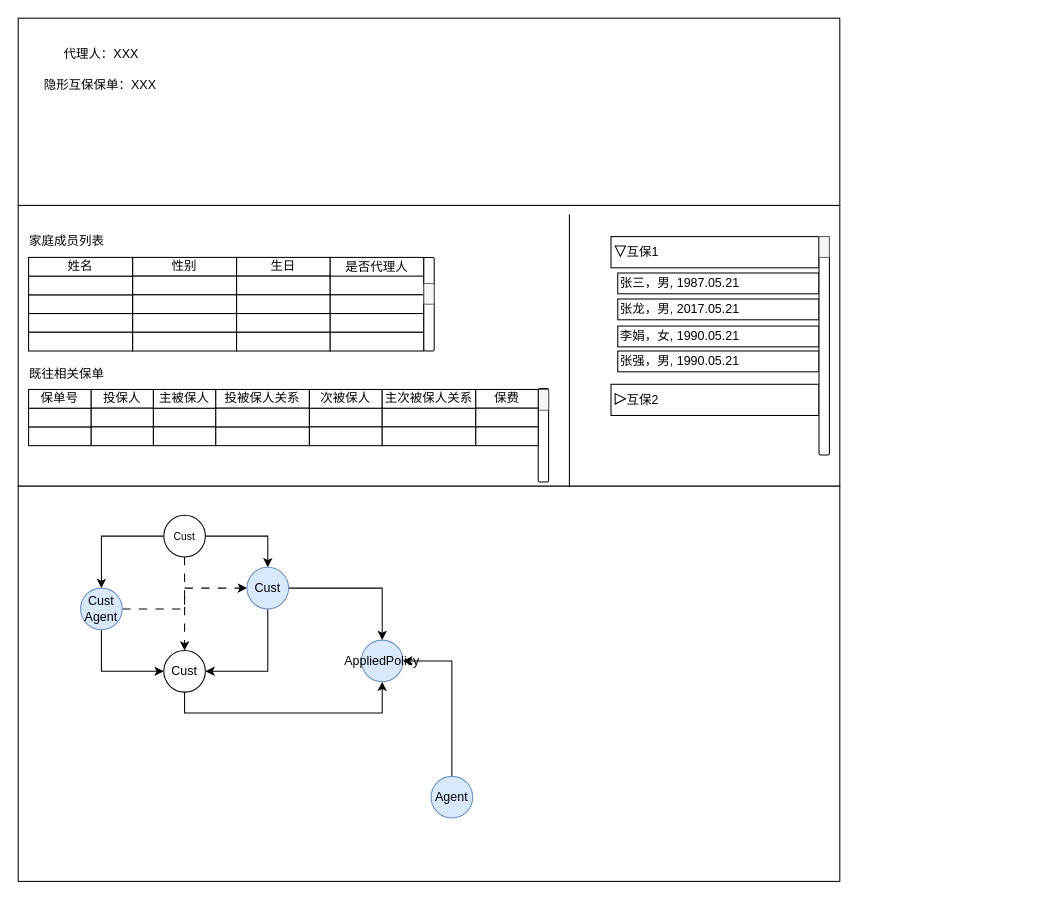
The draw.io diagram page "紧密客群-互保-废弃" (7 of 8) of 友邦/ux.drawio in XiaoLiuAI/diagrams, before the edit. Source tidied: cells renumbered, new cells numbered last; positions are measured from the earlier drawing's top-left corner, leaving out a move shared by most shapes. Both pictures are drawn from the tidied source at 104%, with x=0, y=0 at pixel (18, 18).
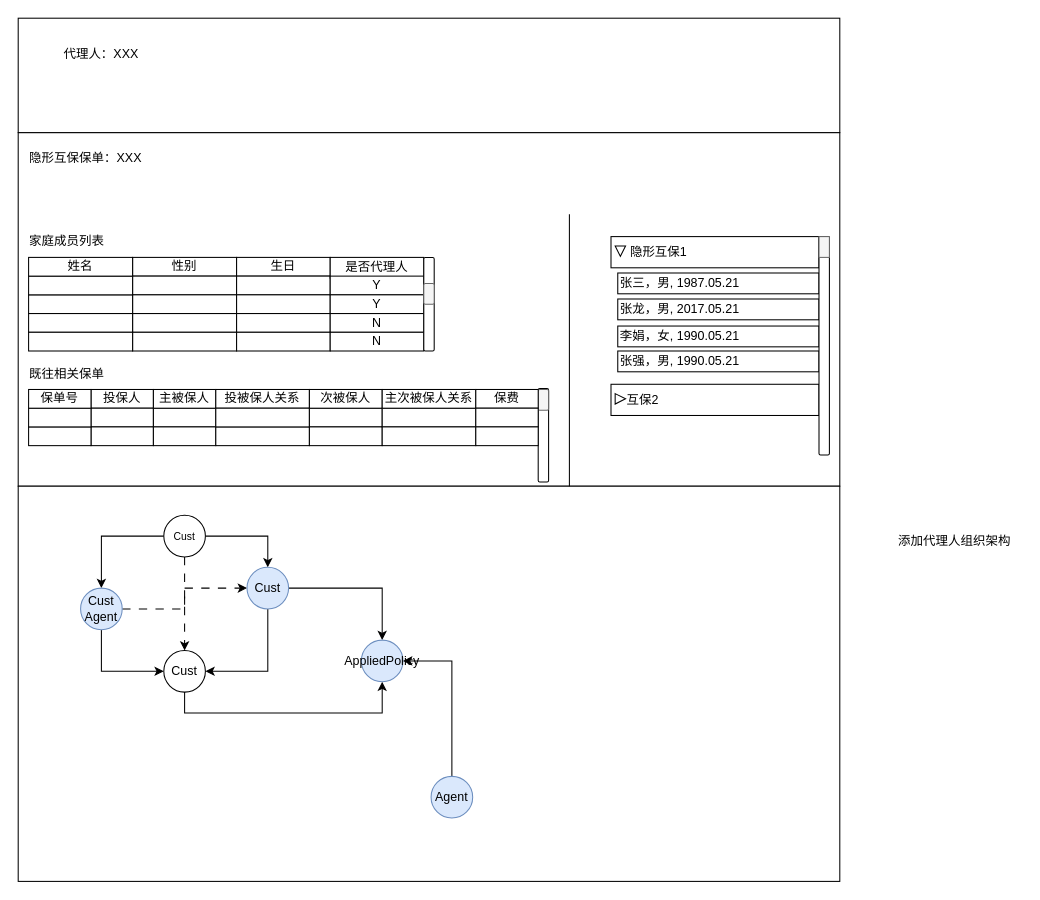
After the change.

The change refers to these unchanged cells:
```xml
<mxCell id="37" style="group;" parent="1" vertex="1">
  <mxGeometry x="300" y="229" width="90" height="54" as="geometry" />
</mxCell>
```

Diff of the diagram source:
```diff
@@
     <mxCell id="2" style="rounded=0;whiteSpace=wrap;html=1;" parent="1" vertex="1">
-      <mxGeometry y="180" width="790" height="270" as="geometry" />
+      <mxGeometry y="110" width="790" height="340" as="geometry" />
     </mxCell>
@@
-    <mxCell id="4" value="&amp;nbsp; &amp;nbsp; 互保1" style="rounded=0;whiteSpace=wrap;html=1;align=left;" parent="1" vertex="1">
+    <mxCell id="4" value="&amp;nbsp; &amp;nbsp; &amp;nbsp;隐形互保1" style="rounded=0;whiteSpace=wrap;html=1;align=left;" parent="1" vertex="1">
       <mxGeometry x="570" y="210" width="200" height="30" as="geometry" />
     </mxCell>
@@
-    <mxCell id="39" style="rounded=0;whiteSpace=wrap;html=1;" parent="37" vertex="1">
+    <mxCell id="39" value="Y" style="rounded=0;whiteSpace=wrap;html=1;" parent="37" vertex="1">
       <mxGeometry y="19" width="90" height="18" as="geometry" />
     </mxCell>
-    <mxCell id="40" style="rounded=0;whiteSpace=wrap;html=1;" parent="37" vertex="1">
+    <mxCell id="40" value="Y" style="rounded=0;whiteSpace=wrap;html=1;" parent="37" vertex="1">
       <mxGeometry y="37" width="90" height="18" as="geometry" />
     </mxCell>
@@
-    <mxCell id="44" style="rounded=0;whiteSpace=wrap;html=1;" parent="1" vertex="1">
+    <mxCell id="44" value="N" style="rounded=0;whiteSpace=wrap;html=1;" parent="1" vertex="1">
       <mxGeometry x="300" y="284" width="90" height="18" as="geometry" />
     </mxCell>
@@
-    <mxCell id="48" style="rounded=0;whiteSpace=wrap;html=1;" parent="1" vertex="1">
+    <mxCell id="48" value="N" style="rounded=0;whiteSpace=wrap;html=1;" parent="1" vertex="1">
       <mxGeometry x="300" y="302" width="90" height="18" as="geometry" />
     </mxCell>
@@
     <mxCell id="68" style="rounded=0;whiteSpace=wrap;html=1;" parent="1" vertex="1">
-      <mxGeometry width="790" height="180" as="geometry" />
+      <mxGeometry width="790" height="110" as="geometry" />
     </mxCell>
@@
-    <mxCell id="70" value="隐形互保保单：XXX" style="text;html=1;strokeColor=none;fillColor=none;align=center;verticalAlign=middle;whiteSpace=wrap;rounded=0;" parent="1" vertex="1">
-      <mxGeometry x="9" y="50" width="140" height="30" as="geometry" />
+    <mxCell id="70" value="隐形互保保单：XXX" style="text;html=1;strokeColor=none;fillColor=none;align=left;verticalAlign=middle;whiteSpace=wrap;rounded=0;" parent="1" vertex="1">
+      <mxGeometry x="9" y="120" width="140" height="30" as="geometry" />
     </mxCell>
@@
+    <mxCell id="86" value="添加代理人组织架构" style="text;html=1;align=center;verticalAlign=middle;strokeColor=none;fillColor=none;" parent="1" vertex="1">
+      <mxGeometry x="835" y="488" width="130" height="30" as="geometry" />
+    </mxCell>
```
